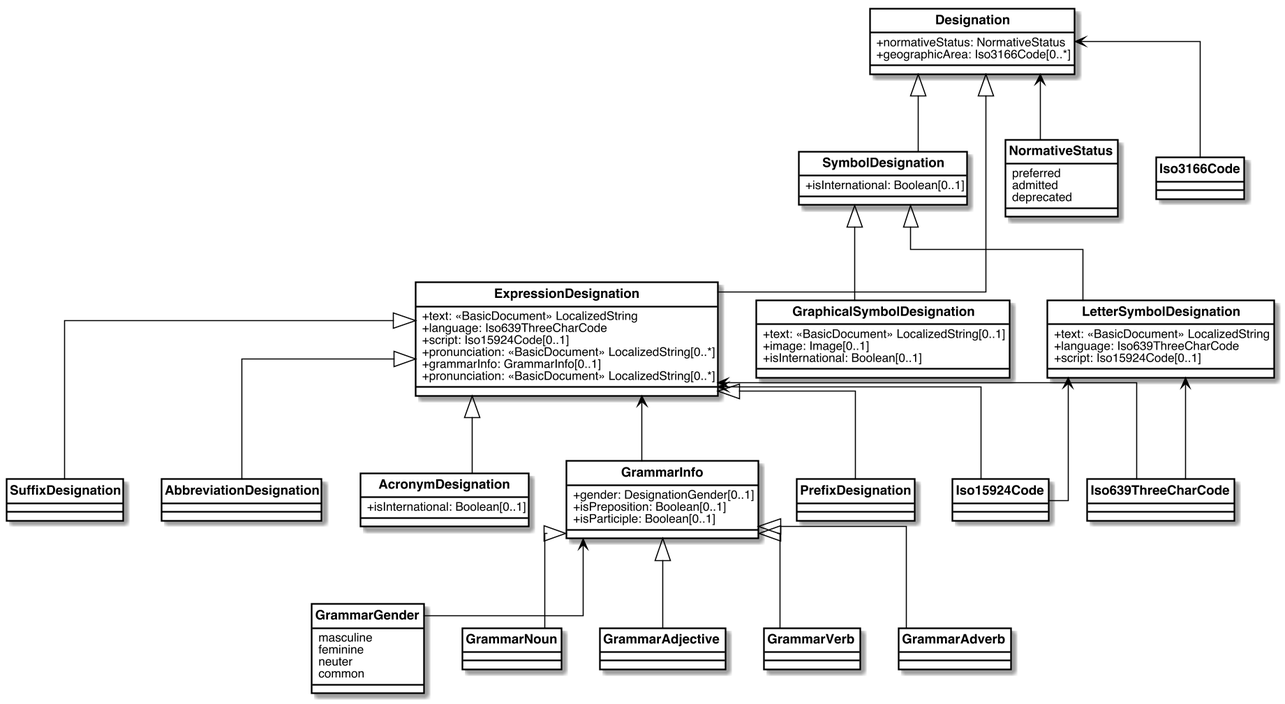
Before: images/designation.png, a diagram exported from PlantUML (glossarist/concept-model).
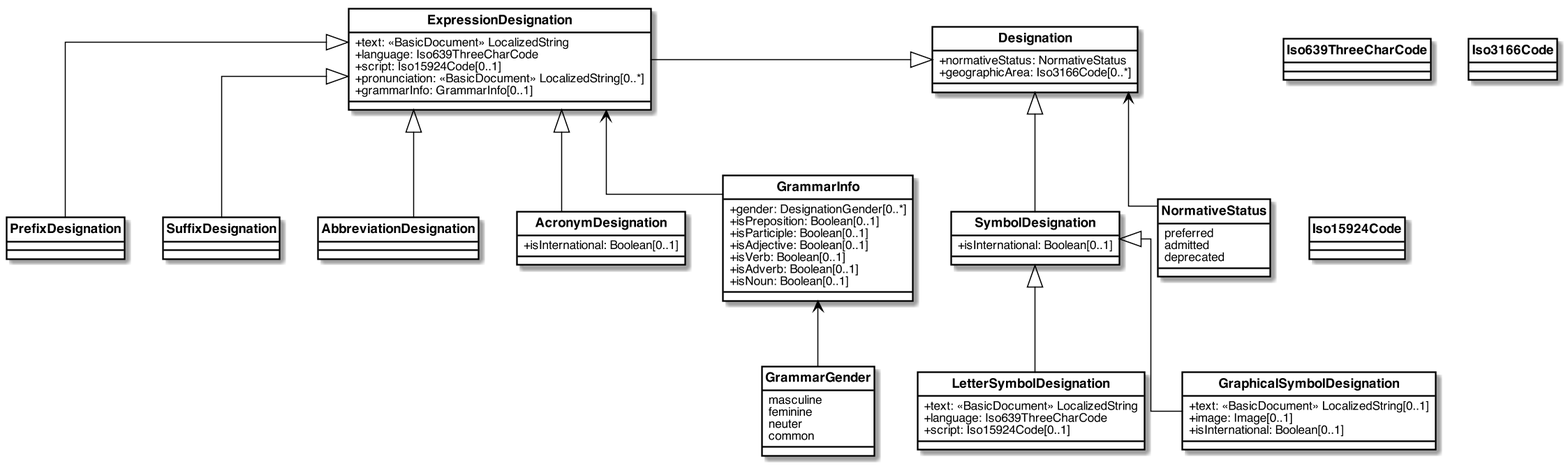
Above is the later version.

Change to the diagram source:
```diff
@@ -51,7 +51,6 @@
   +script: Iso15924Code[0..1]
   +pronunciation: <<BasicDocument>> LocalizedString[0..*]
   +grammarInfo: GrammarInfo[0..1]
-  +pronunciation: <<BasicDocument>> LocalizedString[0..*]
 }
 
 class SymbolDesignation {
@@ -90,9 +89,13 @@
 }
 
 class GrammarInfo {
-  +gender: DesignationGender[0..1]
+  +gender: DesignationGender[0..*]
   +isPreposition: Boolean[0..1]
   +isParticiple: Boolean[0..1]
+  +isAdjective: Boolean[0..1]
+  +isVerb: Boolean[0..1]
+  +isAdverb: Boolean[0..1]
+  +isNoun: Boolean[0..1]
 }
 
 enum GrammarGender {
@@ -102,18 +105,6 @@
   common
 }
 
-class GrammarNoun {
-}
-
-class GrammarAdjective {
-}
-
-class GrammarVerb {
-}
-
-class GrammarAdverb {
-}
-
 enum Iso639ThreeCharCode {
 }
 enum Iso3166Code {
@@ -121,28 +112,19 @@
 enum Iso15924Code {
 }
 
-Designation <|-- ExpressionDesignation
+Designation <|-left- ExpressionDesignation
 Designation <|-- SymbolDesignation
 Designation <-- NormativeStatus
-Designation <-- Iso3166Code
 
 ExpressionDesignation <|-- PrefixDesignation
 ExpressionDesignation <|-- SuffixDesignation
 ExpressionDesignation <|-- AbbreviationDesignation
 ExpressionDesignation <|-- AcronymDesignation
-ExpressionDesignation <-- Iso639ThreeCharCode
-ExpressionDesignation <-- Iso15924Code
 ExpressionDesignation <-- GrammarInfo
 
 SymbolDesignation <|-- LetterSymbolDesignation
 SymbolDesignation <|-- GraphicalSymbolDesignation
-LetterSymbolDesignation <-- Iso15924Code
-LetterSymbolDesignation <-- Iso639ThreeCharCode
 
-GrammarInfo <|-- GrammarNoun
-GrammarInfo <|-- GrammarAdjective
-GrammarInfo <|-- GrammarVerb
-GrammarInfo <|-- GrammarAdverb
 GrammarInfo <-- GrammarGender
 
 @enduml
```
